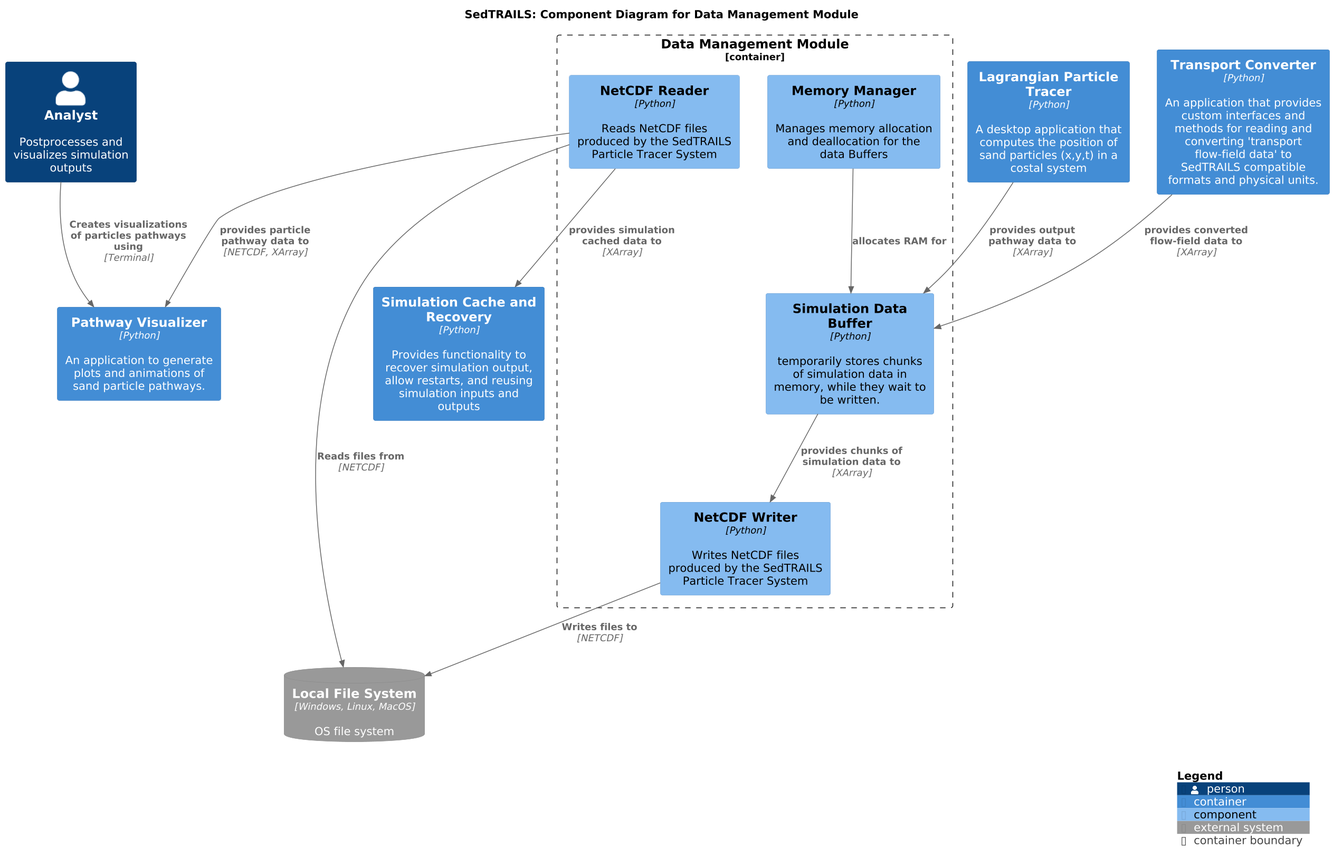
This is docs/_static/img/architecture/SedtrailComponentsDataManagement.png from sgpearson17/sedtrails-sgp, a PlantUML export, as it was before one commit.
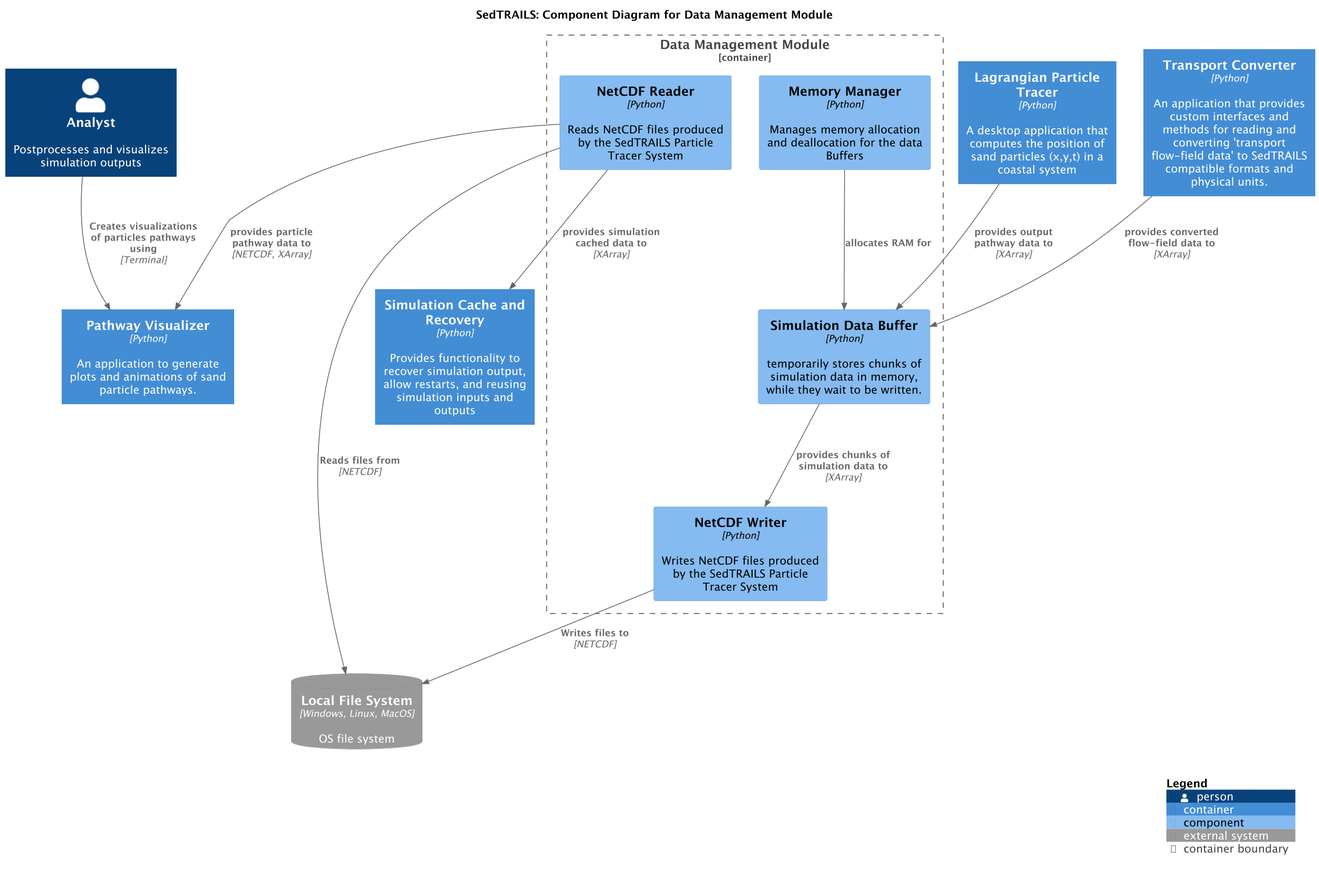
Later version of the same file.

Change to the diagram source:
```diff
@@ -11,13 +11,13 @@
 
 Container(cache, "Simulation Cache and Recovery", "Python", "Provides functionality to recover simulation output, allow restarts, and reusing simulation inputs and outputs")
 
-Container(particleTracer, "Lagrangian Particle Tracer", "Python", "A desktop application that computes the position of sand particles (x,y,t) in a costal system")
+Container(particleTracer, "Lagrangian Particle Tracer", "Python", "A desktop application that computes the position of sand particles (x,y,t) in a coastal system")
 
 Container(transportConverter, "Transport Converter", "Python", "An application that provides custom interfaces and methods for reading and converting 'transport flow-field data' to SedTRAILS compatible formats and physical units.")
 
 SystemDb_Ext(fileSystem, "Local File System", "OS file system", $type="Windows, Linux, MacOS")
 
-Container_Boundary(dataManager, "Data Management Module", "Python", "An application that manage data and files produced by the SedTRAILS Particle Tracer System"){
+Container_Boundary(dataManager, "Data Management Module", "Python", "An application that manages data and files produced by the SedTRAILS Particle Tracer System"){
     Component(fileReader, "NetCDF Reader", "Python", "Reads NetCDF files produced by the SedTRAILS Particle Tracer System")
     Component(fileWriter, "NetCDF Writer", "Python", "Writes NetCDF files produced by the SedTRAILS Particle Tracer System")
     Component(simulBuffer, "Simulation Data Buffer", "Python", "temporarily stores chunks of simulation data in memory, while they wait to be written.")
@@ -29,12 +29,9 @@
 
 Rel(fileReader, fileSystem, "Reads files from", "NETCDF")
 Rel(fileWriter, fileSystem, "Writes files to", "NETCDF")
-
 Rel(transportConverter, simulBuffer, "provides converted flow-field data to", "XArray")
 Rel(particleTracer, simulBuffer, "provides output pathway data to", "XArray")
-
 Rel(fileReader, cache, "provides simulation cached data to", "XArray")
-
 Rel(fileReader, pathwayVisualizer, "provides particle pathway data to", "NETCDF, XArray")
 Rel(analyst, pathwayVisualizer, "Creates visualizations of particles pathways using", "Terminal")
 
```
